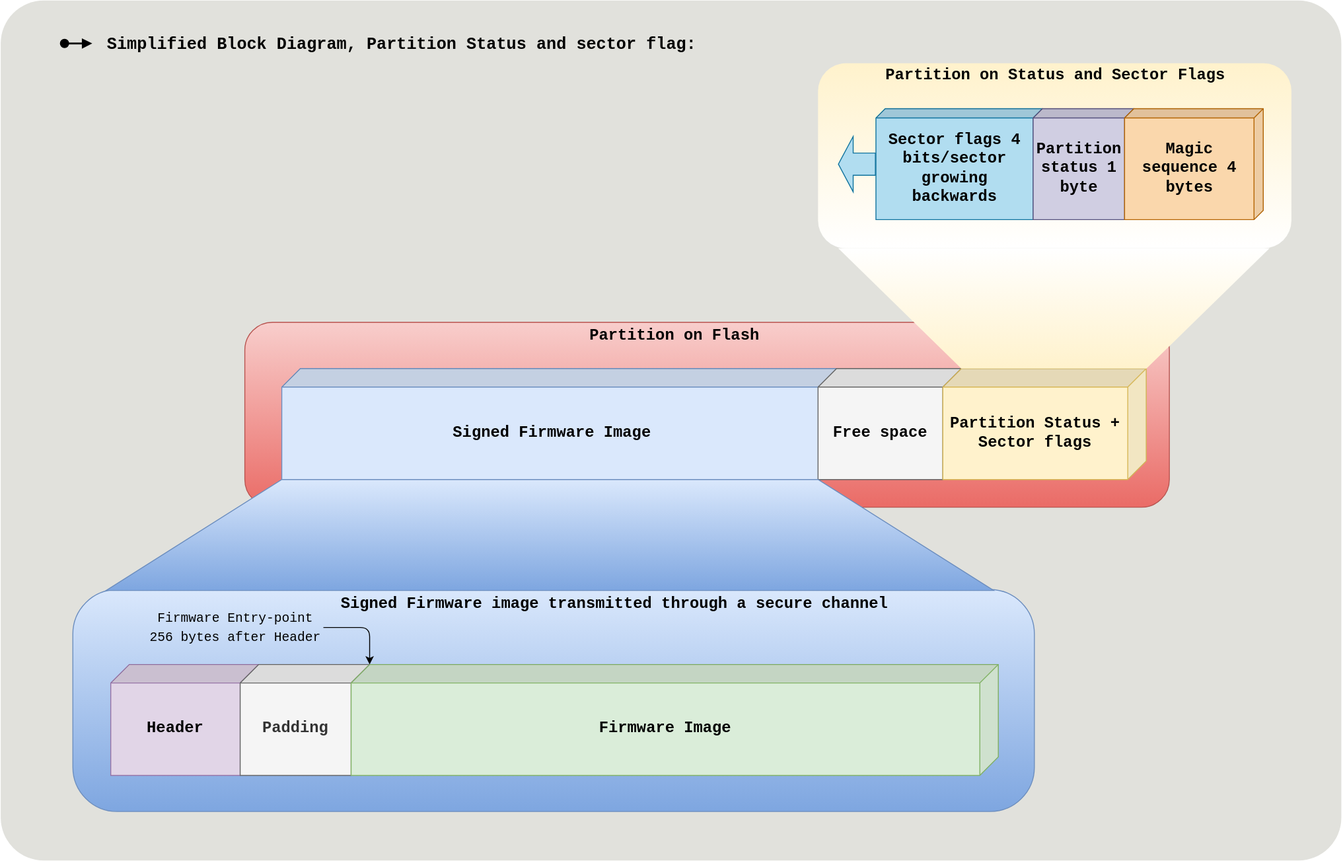
Before: partion_and_sector_flags.svg, a diagram exported from draw.io (imrank03/rustBoot-book-diagrams). Source tidied: cells renumbered, new cells last; positions are measured from the earlier drawing's top-left corner, leaving out a move shared by most shapes.
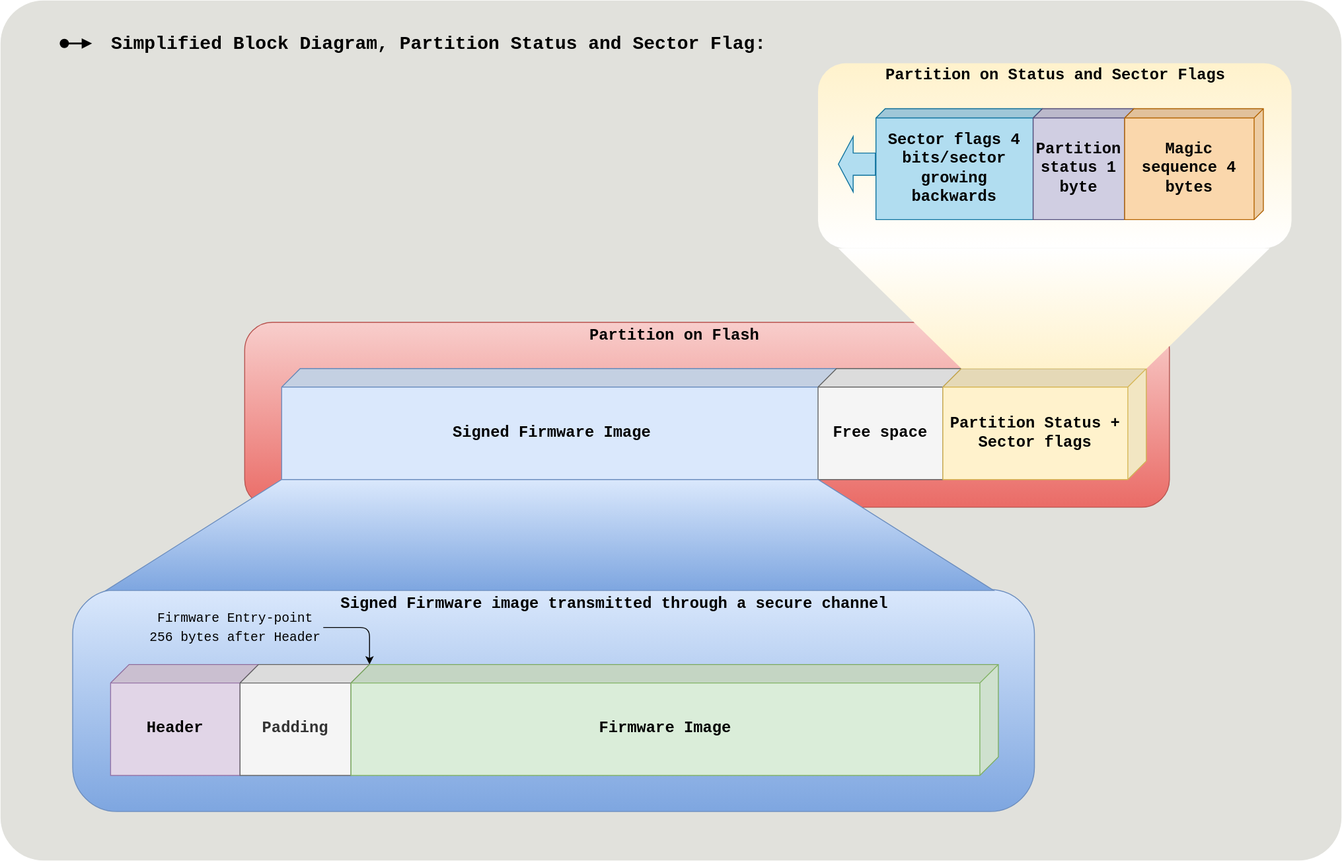
The same file after the commit.

Commit message:
added partions diagram

Change to the diagram source:
```diff
@@ -65,8 +65,8 @@
     <mxCell id="22" style="shape=singleArrow;whiteSpace=wrap;html=1;arrowWidth=0.4;arrowSize=0.4;fontSize=14;fontFamily=menlo, monaco, &quot;courier new&quot;, monospace;fillColor=#b1ddf0;strokeColor=#10739e;fontSource=https%3A%2F%2Ffonts.googleapis.com%2Fcss%3Ffamily%3Dmenlo%252C%2Bmonaco%252C%2B%2522courier%2Bnew%2522%252C%2Bmonospace;rotation=-180;" parent="1" vertex="1">
       <mxGeometry x="906" y="147" width="40" height="60" as="geometry" />
     </mxCell>
-    <mxCell id="23" value="&lt;div style=&quot;line-height: 18px ; font-size: 18px&quot;&gt;Simplified Block Diagram, Partition Status and sector flag:&lt;/div&gt;" style="text;html=1;strokeColor=none;fillColor=none;align=center;verticalAlign=middle;whiteSpace=wrap;dashed=1;fontFamily=menlo, monaco, &quot;courier new&quot;, monospace;fontSource=https%3A%2F%2Ffonts.googleapis.com%2Fcss%3Ffamily%3Dmenlo%252C%2Bmonaco%252C%2B%2522courier%2Bnew%2522%252C%2Bmonospace;fontStyle=1;fontSize=18;labelBackgroundColor=none;strokeWidth=2;rounded=1;" parent="1" vertex="1">
-      <mxGeometry x="109" y="27" width="650" height="40" as="geometry" />
+    <mxCell id="23" value="&lt;div style=&quot;line-height: 18px ; font-size: 20px&quot;&gt;Simplified Block Diagram, Partition Status and Sector Flag:&lt;/div&gt;" style="text;html=1;strokeColor=none;fillColor=none;align=center;verticalAlign=middle;whiteSpace=wrap;dashed=1;fontFamily=menlo, monaco, &quot;courier new&quot;, monospace;fontSource=https%3A%2F%2Ffonts.googleapis.com%2Fcss%3Ffamily%3Dmenlo%252C%2Bmonaco%252C%2B%2522courier%2Bnew%2522%252C%2Bmonospace;fontStyle=1;fontSize=20;labelBackgroundColor=none;strokeWidth=2;rounded=1;" parent="1" vertex="1">
+      <mxGeometry x="109" y="27" width="730" height="40" as="geometry" />
     </mxCell>
     <mxCell id="24" style="html=1;verticalAlign=bottom;startArrow=oval;startFill=1;endArrow=block;startSize=8;strokeWidth=2;fontSize=18;fontStyle=1;fontFamily=menlo, monaco, &quot;courier new&quot;, monospace;fontSource=https%3A%2F%2Ffonts.googleapis.com%2Fcss%3Ffamily%3Dmenlo%252C%2Bmonaco%252C%2B%2522courier%2Bnew%2522%252C%2Bmonospace;curved=1;" parent="1" edge="1">
       <mxGeometry relative="1" as="geometry">
```
